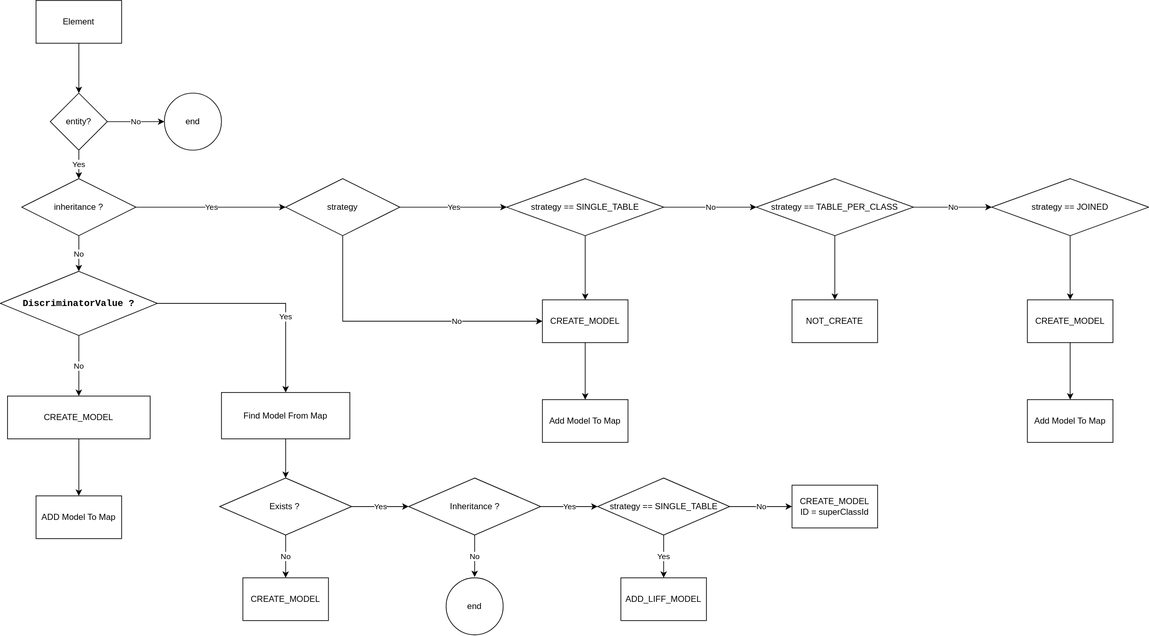
Before: processor-table-ddl.drawio.svg, a diagram exported from draw.io (songmag/ddl-annotation-processor). Source tidied: cells renumbered, new cells last; positions are measured from the earlier drawing's top-left corner, leaving out a move shared by most shapes.
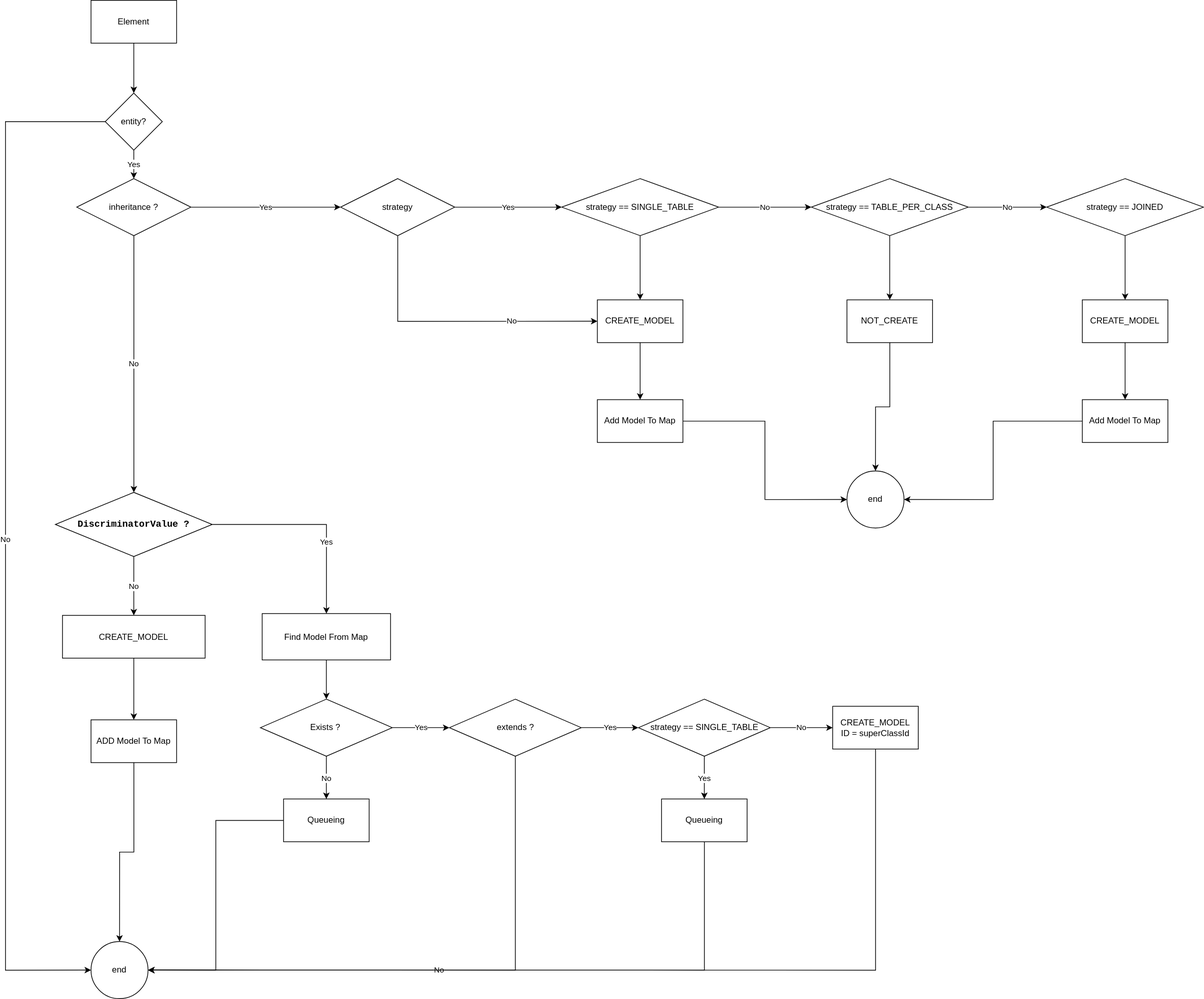
The same diagram one commit later.

The edit, as a diff of the source:
```diff
@@ -8,23 +8,34 @@
     <mxCell id="3" value="Element" style="rounded=0;whiteSpace=wrap;html=1;" parent="1" vertex="1">
       <mxGeometry x="50" width="120" height="60" as="geometry" />
     </mxCell>
+    <mxCell id="5" value="Yes" style="edgeStyle=orthogonalEdgeStyle;rounded=0;jettySize=auto;html=1;" parent="1" edge="1" source="6" target="10">
+      <mxGeometry relative="1" as="geometry" />
+    </mxCell>
-    <mxCell id="4" value="No" style="edgeStyle=orthogonalEdgeStyle;rounded=0;jettySize=auto;html=1;" parent="1" edge="1" source="6" target="7">
-      <mxGeometry relative="1" as="geometry" />
+    <mxCell id="4" value="No" style="edgeStyle=orthogonalEdgeStyle;rounded=0;jettySize=auto;html=1;fontColor=#000000;entryX=0;entryY=0.5;entryDx=0;entryDy=0;" parent="1" edge="1" source="6" target="57">
+      <mxGeometry relative="1" as="geometry">
+        <Array as="points">
+          <mxPoint x="-70" y="170" />
+          <mxPoint x="-70" y="1360" />
+        </Array>
+      </mxGeometry>
     </mxCell>
-    <mxCell id="5" value="Yes" style="edgeStyle=orthogonalEdgeStyle;rounded=0;jettySize=auto;html=1;" parent="1" edge="1" source="6" target="10">
-      <mxGeometry relative="1" as="geometry" />
-    </mxCell>
     <mxCell id="6" value="entity?" style="rhombus;whiteSpace=wrap;html=1;rounded=0;" parent="1" vertex="1">
       <mxGeometry x="70" y="130" width="80" height="80" as="geometry" />
     </mxCell>
-    <mxCell id="7" value="end" style="ellipse;whiteSpace=wrap;html=1;rounded=0;" parent="1" vertex="1">
-      <mxGeometry x="230" y="130" width="80" height="80" as="geometry" />
-    </mxCell>
     <mxCell id="8" value="No" style="edgeStyle=orthogonalEdgeStyle;rounded=0;jettySize=auto;html=1;" parent="1" edge="1" source="10" target="13">
-      <mxGeometry relative="1" as="geometry" />
+      <mxGeometry relative="1" as="geometry">
+        <Array as="points">
+          <mxPoint x="110" y="360" />
+          <mxPoint x="110" y="360" />
+        </Array>
+      </mxGeometry>
     </mxCell>
     <mxCell id="9" value="Yes" style="edgeStyle=orthogonalEdgeStyle;rounded=0;jettySize=auto;html=1;fontColor=#000000;" parent="1" edge="1" source="10" target="18">
-      <mxGeometry relative="1" as="geometry" />
+      <mxGeometry relative="1" as="geometry">
+        <Array as="points">
+          <mxPoint x="110" y="290" />
+        </Array>
+      </mxGeometry>
     </mxCell>
     <mxCell id="10" value="inheritance ?" style="rhombus;whiteSpace=wrap;html=1;rounded=0;" parent="1" vertex="1">
       <mxGeometry x="30" y="250" width="160" height="80" as="geometry" />
@@ -36,13 +47,13 @@
       <mxGeometry x="0.3" relative="1" as="geometry" />
     </mxCell>
     <mxCell id="13" value="&lt;p style=&quot;font-family: &amp;quot;JetBrains Mono&amp;quot;, monospace; font-size: 9.8pt;&quot;&gt;&lt;b style=&quot;&quot;&gt;&lt;font style=&quot;background-color: rgb(255, 255, 255);&quot;&gt;DiscriminatorValue ?&lt;/font&gt;&lt;/b&gt;&lt;/p&gt;" style="rhombus;whiteSpace=wrap;html=1;rounded=0;" parent="1" vertex="1">
-      <mxGeometry y="380" width="220" height="90" as="geometry" />
+      <mxGeometry y="690" width="220" height="90" as="geometry" />
     </mxCell>
     <mxCell id="14" style="edgeStyle=orthogonalEdgeStyle;rounded=0;jettySize=auto;html=1;fontColor=#000000;" parent="1" edge="1" source="15" target="39">
       <mxGeometry relative="1" as="geometry" />
     </mxCell>
     <mxCell id="15" value="Find Model From Map" style="whiteSpace=wrap;html=1;rounded=0;" parent="1" vertex="1">
-      <mxGeometry x="310" y="550" width="180" height="65" as="geometry" />
+      <mxGeometry x="290" y="860" width="180" height="65" as="geometry" />
     </mxCell>
     <mxCell id="16" value="No" style="edgeStyle=orthogonalEdgeStyle;rounded=0;jettySize=auto;html=1;fontColor=#000000;entryX=0;entryY=0.5;entryDx=0;entryDy=0;" parent="1" edge="1" source="18" target="23">
       <mxGeometry x="0.4" relative="1" as="geometry">
@@ -87,6 +98,9 @@
     <mxCell id="28" value="strategy == JOINED" style="rhombus;whiteSpace=wrap;html=1;rounded=0;" parent="1" vertex="1">
       <mxGeometry x="1390" y="250" width="220" height="80" as="geometry" />
     </mxCell>
+    <mxCell id="50" style="edgeStyle=orthogonalEdgeStyle;rounded=0;jettySize=auto;html=1;fontColor=#000000;" parent="1" edge="1" source="29" target="58">
+      <mxGeometry relative="1" as="geometry" />
+    </mxCell>
     <mxCell id="29" value="NOT_CREATE" style="whiteSpace=wrap;html=1;rounded=0;" parent="1" vertex="1">
       <mxGeometry x="1110" y="420" width="120" height="60" as="geometry" />
     </mxCell>
@@ -96,6 +110,9 @@
     <mxCell id="31" value="CREATE_MODEL" style="whiteSpace=wrap;html=1;rounded=0;" parent="1" vertex="1">
       <mxGeometry x="1440" y="420" width="120" height="60" as="geometry" />
     </mxCell>
+    <mxCell id="51" style="edgeStyle=orthogonalEdgeStyle;rounded=0;jettySize=auto;html=1;entryX=0;entryY=0.5;entryDx=0;entryDy=0;fontColor=#000000;" parent="1" edge="1" source="32" target="58">
+      <mxGeometry relative="1" as="geometry" />
+    </mxCell>
     <mxCell id="32" value="Add Model To Map" style="whiteSpace=wrap;html=1;rounded=0;" parent="1" vertex="1">
       <mxGeometry x="760" y="560" width="120" height="60" as="geometry" />
     </mxCell>
@@ -103,11 +120,17 @@
       <mxGeometry relative="1" as="geometry" />
     </mxCell>
     <mxCell id="34" value="CREATE_MODEL" style="rounded=0;whiteSpace=wrap;html=1;labelBackgroundColor=#FFFFFF;fontColor=#000000;" parent="1" vertex="1">
-      <mxGeometry x="10" y="555" width="200" height="60" as="geometry" />
+      <mxGeometry x="10" y="862.5" width="200" height="60" as="geometry" />
     </mxCell>
+    <mxCell id="52" style="edgeStyle=orthogonalEdgeStyle;rounded=0;jettySize=auto;html=1;entryX=0.5;entryY=0;entryDx=0;entryDy=0;fontColor=#000000;" parent="1" edge="1" source="35" target="57">
+      <mxGeometry relative="1" as="geometry" />
+    </mxCell>
     <mxCell id="35" value="ADD Model To Map" style="whiteSpace=wrap;html=1;fontColor=#000000;rounded=0;labelBackgroundColor=#FFFFFF;" parent="1" vertex="1">
-      <mxGeometry x="50" y="695" width="120" height="60" as="geometry" />
+      <mxGeometry x="50" y="1009" width="120" height="60" as="geometry" />
     </mxCell>
+    <mxCell id="53" style="edgeStyle=orthogonalEdgeStyle;rounded=0;jettySize=auto;html=1;entryX=1;entryY=0.5;entryDx=0;entryDy=0;fontColor=#000000;" parent="1" edge="1" source="36" target="58">
+      <mxGeometry relative="1" as="geometry" />
+    </mxCell>
     <mxCell id="36" value="Add Model To Map" style="whiteSpace=wrap;html=1;rounded=0;" parent="1" vertex="1">
       <mxGeometry x="1440" y="560" width="120" height="60" as="geometry" />
     </mxCell>
@@ -118,25 +141,27 @@
       <mxGeometry relative="1" as="geometry" />
     </mxCell>
     <mxCell id="39" value="Exists ?&amp;nbsp;" style="rhombus;whiteSpace=wrap;html=1;rounded=0;" parent="1" vertex="1">
-      <mxGeometry x="307.5" y="670" width="185" height="80" as="geometry" />
+      <mxGeometry x="287.5" y="980" width="185" height="80" as="geometry" />
     </mxCell>
+    <mxCell id="54" style="edgeStyle=orthogonalEdgeStyle;rounded=0;jettySize=auto;html=1;entryX=1;entryY=0.5;entryDx=0;entryDy=0;fontColor=#000000;" parent="1" edge="1" source="40" target="57">
+      <mxGeometry relative="1" as="geometry" />
+    </mxCell>
-    <mxCell id="40" value="CREATE_MODEL" style="whiteSpace=wrap;html=1;rounded=0;" parent="1" vertex="1">
-      <mxGeometry x="340" y="810" width="120" height="60" as="geometry" />
+    <mxCell id="40" value="Queueing" style="whiteSpace=wrap;html=1;rounded=0;" parent="1" vertex="1">
+      <mxGeometry x="320" y="1120" width="120" height="60" as="geometry" />
     </mxCell>
-    <mxCell id="41" value="No" style="edgeStyle=orthogonalEdgeStyle;rounded=0;jettySize=auto;html=1;fontColor=#000000;" parent="1" edge="1" source="43">
+    <mxCell id="41" value="No" style="edgeStyle=orthogonalEdgeStyle;rounded=0;jettySize=auto;html=1;fontColor=#000000;entryX=1;entryY=0.5;entryDx=0;entryDy=0;" parent="1" edge="1" source="43" target="57">
       <mxGeometry relative="1" as="geometry">
-        <mxPoint x="665" y="809" as="targetPoint" />
+        <Array as="points">
+          <mxPoint x="645" y="1360" />
+        </Array>
       </mxGeometry>
     </mxCell>
     <mxCell id="42" value="Yes" style="edgeStyle=orthogonalEdgeStyle;rounded=0;jettySize=auto;html=1;fontColor=#000000;" parent="1" edge="1" source="43" target="47">
       <mxGeometry relative="1" as="geometry" />
     </mxCell>
-    <mxCell id="43" value="Inheritance ?" style="rhombus;whiteSpace=wrap;html=1;rounded=0;" parent="1" vertex="1">
-      <mxGeometry x="572.5" y="670" width="185" height="80" as="geometry" />
+    <mxCell id="43" value="extends ?" style="rhombus;whiteSpace=wrap;html=1;rounded=0;" parent="1" vertex="1">
+      <mxGeometry x="552.5" y="980" width="185" height="80" as="geometry" />
     </mxCell>
-    <mxCell id="44" value="end" style="ellipse;whiteSpace=wrap;html=1;rounded=0;" parent="1" vertex="1">
-      <mxGeometry x="625" y="810" width="80" height="80" as="geometry" />
-    </mxCell>
     <mxCell id="45" value="Yes" style="edgeStyle=orthogonalEdgeStyle;rounded=0;jettySize=auto;html=1;fontColor=#000000;" parent="1" edge="1" source="47" target="48">
       <mxGeometry relative="1" as="geometry" />
     </mxCell>
@@ -144,13 +169,33 @@
       <mxGeometry relative="1" as="geometry" />
     </mxCell>
     <mxCell id="47" value="strategy == SINGLE_TABLE" style="rhombus;whiteSpace=wrap;html=1;rounded=0;" parent="1" vertex="1">
-      <mxGeometry x="837.5" y="670" width="185" height="80" as="geometry" />
+      <mxGeometry x="817.5" y="980" width="185" height="80" as="geometry" />
     </mxCell>
+    <mxCell id="55" style="edgeStyle=orthogonalEdgeStyle;rounded=0;jettySize=auto;html=1;entryX=1;entryY=0.5;entryDx=0;entryDy=0;fontColor=#000000;" parent="1" edge="1" source="48" target="57">
+      <mxGeometry relative="1" as="geometry">
+        <Array as="points">
+          <mxPoint x="910" y="1360" />
+        </Array>
+      </mxGeometry>
+    </mxCell>
-    <mxCell id="48" value="ADD_LIFF_MODEL" style="whiteSpace=wrap;html=1;rounded=0;" parent="1" vertex="1">
-      <mxGeometry x="870" y="810" width="120" height="60" as="geometry" />
+    <mxCell id="48" value="Queueing" style="whiteSpace=wrap;html=1;rounded=0;" parent="1" vertex="1">
+      <mxGeometry x="850" y="1120" width="120" height="60" as="geometry" />
     </mxCell>
+    <mxCell id="56" style="edgeStyle=orthogonalEdgeStyle;rounded=0;jettySize=auto;html=1;entryX=1;entryY=0.5;entryDx=0;entryDy=0;fontColor=#000000;" parent="1" edge="1" source="49" target="57">
+      <mxGeometry relative="1" as="geometry">
+        <Array as="points">
+          <mxPoint x="1150" y="1360" />
+        </Array>
+      </mxGeometry>
+    </mxCell>
     <mxCell id="49" value="CREATE_MODEL&lt;br&gt;ID = superClassId" style="whiteSpace=wrap;html=1;rounded=0;" parent="1" vertex="1">
-      <mxGeometry x="1110" y="680" width="120" height="60" as="geometry" />
+      <mxGeometry x="1090" y="990" width="120" height="60" as="geometry" />
     </mxCell>
+    <mxCell id="57" value="end" style="ellipse;whiteSpace=wrap;html=1;rounded=0;" parent="1" vertex="1">
+      <mxGeometry x="50" y="1320" width="80" height="80" as="geometry" />
+    </mxCell>
+    <mxCell id="58" value="end" style="ellipse;whiteSpace=wrap;html=1;rounded=0;" parent="1" vertex="1">
+      <mxGeometry x="1110" y="660" width="80" height="80" as="geometry" />
+    </mxCell>
   </root>
 </mxGraphModel>
```
